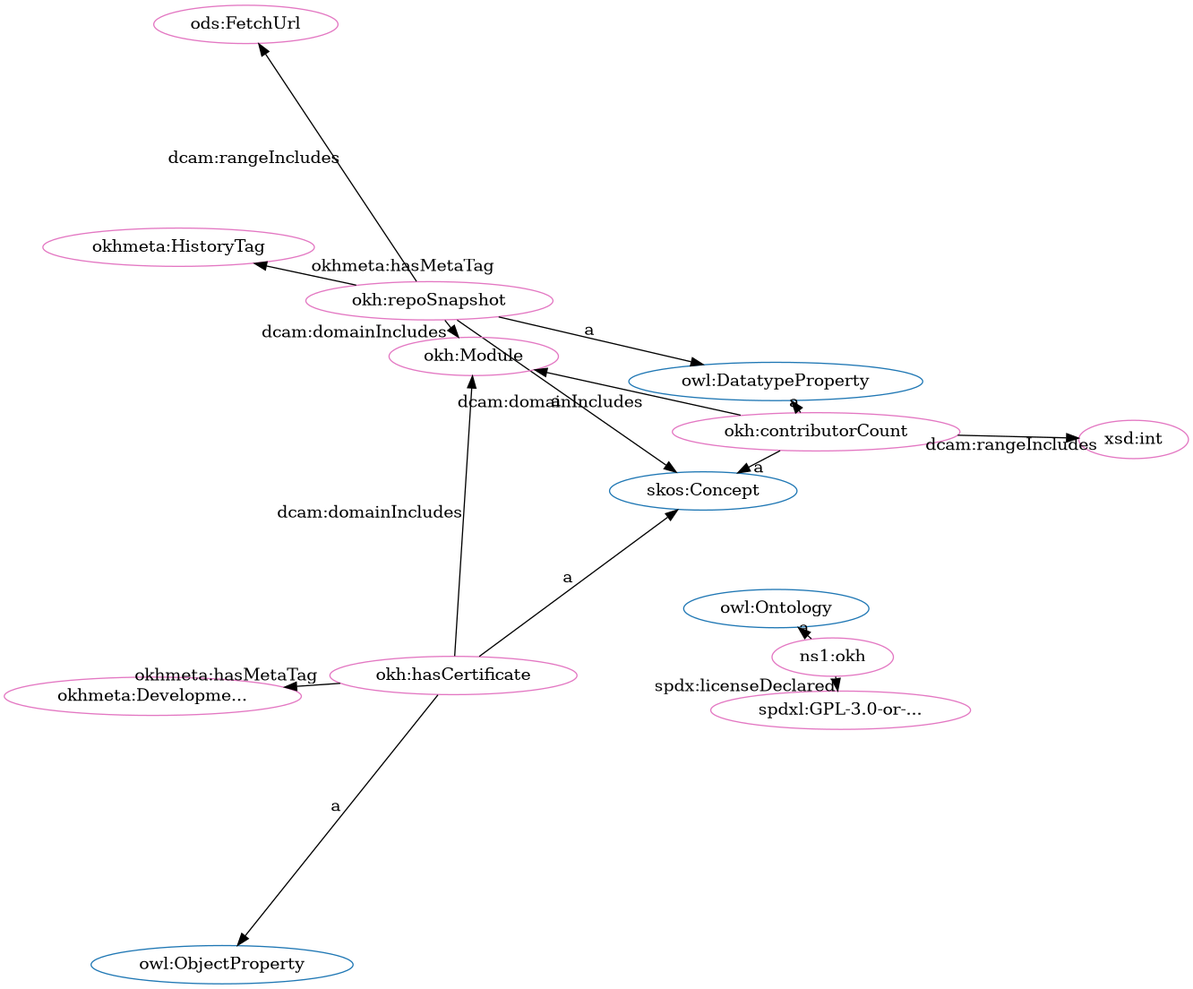
This is src/spec/fdp_okh_proposed.png from iop-alliance/OpenKnowHow, a Graphviz export, as it was before one commit. Its source is kept beside it as src/spec/fdp_okh_proposed.dot.
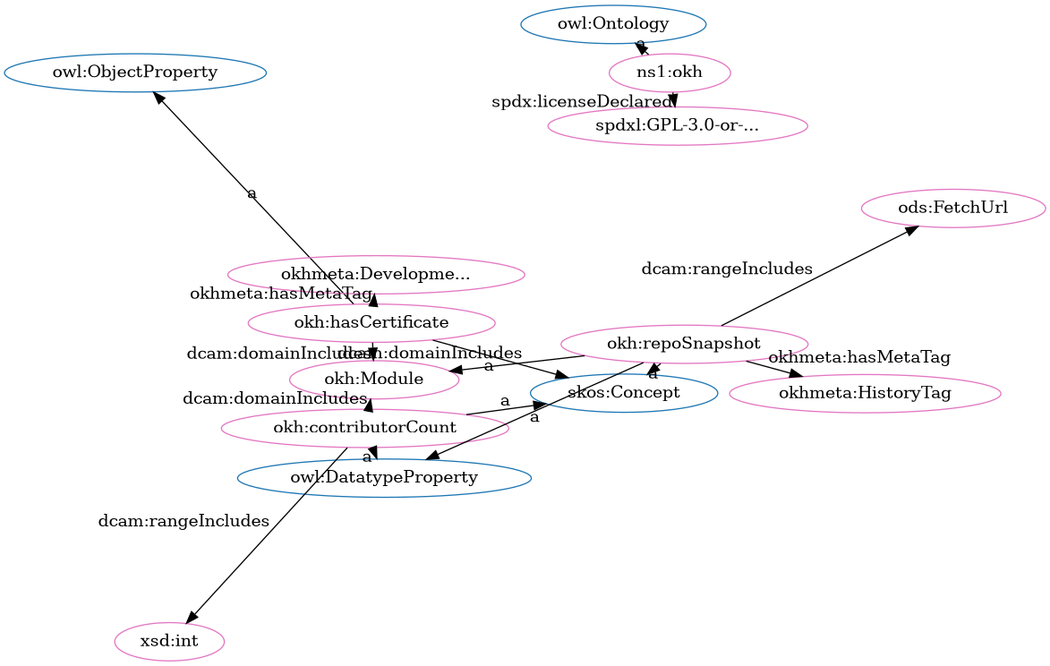
The same diagram one commit later.

Change to the diagram source:
```diff
@@ -1,33 +1,33 @@
 digraph G {
   rankdir=BT
   node[height=.3]
-"http://www.w3.org/2002/07/owl#ObjectProperty" [fillcolor="#1f77b4" color="#1f77b4" label="owl:ObjectProperty"]
 "http://www.w3.org/2002/07/owl#Ontology" [fillcolor="#1f77b4" color="#1f77b4" label="owl:Ontology"]
 "http://www.w3.org/2002/07/owl#DatatypeProperty" [fillcolor="#1f77b4" color="#1f77b4" label="owl:DatatypeProperty"]
 "http://www.w3.org/2004/02/skos/core#Concept" [fillcolor="#1f77b4" color="#1f77b4" label="skos:Concept"]
+"http://www.w3.org/2002/07/owl#ObjectProperty" [fillcolor="#1f77b4" color="#1f77b4" label="owl:ObjectProperty"]
+"http://w3id.org/oseg/ont/okh#hasCertificate" [fillcolor="#e377c2" color="#e377c2" label="okh:hasCertificate"]
+"http://w3id.org/oseg/ont/okh#Module" [fillcolor="#e377c2" color="#e377c2" label="okh:Module"]
+"http://w3id.org/oseg/ont/okh#contributorCount" [fillcolor="#e377c2" color="#e377c2" label="okh:contributorCount"]
+"http://w3id.org/oseg/ont/ods#FetchUrl" [fillcolor="#e377c2" color="#e377c2" label="ods:FetchUrl"]
+"http://w3id.org/oseg/ont/okh" [fillcolor="#e377c2" color="#e377c2" label="ns1:okh"]
 "http://w3id.org/oseg/ont/okh#repoSnapshot" [fillcolor="#e377c2" color="#e377c2" label="okh:repoSnapshot"]
-"http://w3id.org/oseg/ont/okh#Module" [fillcolor="#e377c2" color="#e377c2" label="okh:Module"]
-"http://w3id.org/oseg/ont/okh" [fillcolor="#e377c2" color="#e377c2" label="ns1:okh"]
+"http://www.w3.org/2001/XMLSchema#int" [fillcolor="#e377c2" color="#e377c2" label="xsd:int"]
+"http://w3id.org/oseg/ont/okhmeta#DevelopmentTag" [fillcolor="#e377c2" color="#e377c2" label="okhmeta:Developme..."]
 "http://spdx.org/licenses/GPL-3.0-or-later" [fillcolor="#e377c2" color="#e377c2" label="spdxl:GPL-3.0-or-..."]
-"http://w3id.org/oseg/ont/okh#hasCertificate" [fillcolor="#e377c2" color="#e377c2" label="okh:hasCertificate"]
-"http://w3id.org/oseg/ont/okh#contributorCount" [fillcolor="#e377c2" color="#e377c2" label="okh:contributorCount"]
-"http://www.w3.org/2001/XMLSchema#int" [fillcolor="#e377c2" color="#e377c2" label="xsd:int"]
 "http://w3id.org/oseg/ont/okhmeta#HistoryTag" [fillcolor="#e377c2" color="#e377c2" label="okhmeta:HistoryTag"]
-"http://w3id.org/oseg/ont/ods#FetchUrl" [fillcolor="#e377c2" color="#e377c2" label="ods:FetchUrl"]
-"http://w3id.org/oseg/ont/okhmeta#DevelopmentTag" [fillcolor="#e377c2" color="#e377c2" label="okhmeta:Developme..."]
   "http://w3id.org/oseg/ont/okh#contributorCount" -> "http://w3id.org/oseg/ont/okh#Module" [label="dcam:domainIncludes"]
+  "http://w3id.org/oseg/ont/okh#hasCertificate" -> "http://www.w3.org/2002/07/owl#ObjectProperty" [label="a"]
+  "http://w3id.org/oseg/ont/okh#repoSnapshot" -> "http://w3id.org/oseg/ont/okh#Module" [label="dcam:domainIncludes"]
+  "http://w3id.org/oseg/ont/okh#hasCertificate" -> "http://www.w3.org/2004/02/skos/core#Concept" [label="a"]
   "http://w3id.org/oseg/ont/okh" -> "http://www.w3.org/2002/07/owl#Ontology" [label="a"]
+  "http://w3id.org/oseg/ont/okh#contributorCount" -> "http://www.w3.org/2001/XMLSchema#int" [label="dcam:rangeIncludes"]
+  "http://w3id.org/oseg/ont/okh#hasCertificate" -> "http://w3id.org/oseg/ont/okhmeta#DevelopmentTag" [label="okhmeta:hasMetaTag"]
   "http://w3id.org/oseg/ont/okh" -> "http://spdx.org/licenses/GPL-3.0-or-later" [label="spdx:licenseDeclared"]
-  "http://w3id.org/oseg/ont/okh#hasCertificate" -> "http://www.w3.org/2004/02/skos/core#Concept" [label="a"]
+  "http://w3id.org/oseg/ont/okh#hasCertificate" -> "http://w3id.org/oseg/ont/okh#Module" [label="dcam:domainIncludes"]
+  "http://w3id.org/oseg/ont/okh#contributorCount" -> "http://www.w3.org/2002/07/owl#DatatypeProperty" [label="a"]
+  "http://w3id.org/oseg/ont/okh#repoSnapshot" -> "http://w3id.org/oseg/ont/ods#FetchUrl" [label="dcam:rangeIncludes"]
   "http://w3id.org/oseg/ont/okh#repoSnapshot" -> "http://www.w3.org/2002/07/owl#DatatypeProperty" [label="a"]
-  "http://w3id.org/oseg/ont/okh#hasCertificate" -> "http://w3id.org/oseg/ont/okh#Module" [label="dcam:domainIncludes"]
+  "http://w3id.org/oseg/ont/okh#contributorCount" -> "http://www.w3.org/2004/02/skos/core#Concept" [label="a"]
   "http://w3id.org/oseg/ont/okh#repoSnapshot" -> "http://www.w3.org/2004/02/skos/core#Concept" [label="a"]
-  "http://w3id.org/oseg/ont/okh#contributorCount" -> "http://www.w3.org/2002/07/owl#DatatypeProperty" [label="a"]
-  "http://w3id.org/oseg/ont/okh#contributorCount" -> "http://www.w3.org/2001/XMLSchema#int" [label="dcam:rangeIncludes"]
   "http://w3id.org/oseg/ont/okh#repoSnapshot" -> "http://w3id.org/oseg/ont/okhmeta#HistoryTag" [label="okhmeta:hasMetaTag"]
-  "http://w3id.org/oseg/ont/okh#contributorCount" -> "http://www.w3.org/2004/02/skos/core#Concept" [label="a"]
-  "http://w3id.org/oseg/ont/okh#repoSnapshot" -> "http://w3id.org/oseg/ont/ods#FetchUrl" [label="dcam:rangeIncludes"]
-  "http://w3id.org/oseg/ont/okh#hasCertificate" -> "http://w3id.org/oseg/ont/okhmeta#DevelopmentTag" [label="okhmeta:hasMetaTag"]
-  "http://w3id.org/oseg/ont/okh#repoSnapshot" -> "http://w3id.org/oseg/ont/okh#Module" [label="dcam:domainIncludes"]
-  "http://w3id.org/oseg/ont/okh#hasCertificate" -> "http://www.w3.org/2002/07/owl#ObjectProperty" [label="a"]
 }
```
